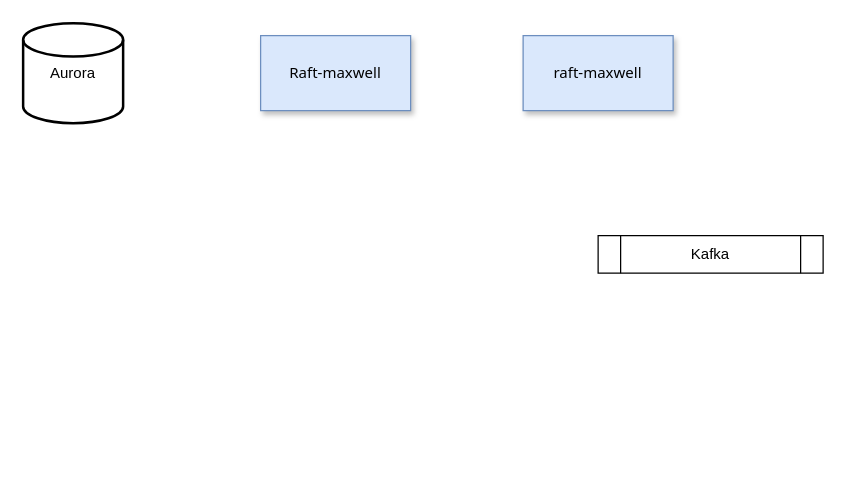
jackjoesh/databend keeps this draw.io diagram as doc/databend-parquet-mysql.drawio. Above is the earlier version. Source tidied: cells renumbered, new cells numbered last; positions are measured from the earlier drawing's top-left corner, leaving out a move shared by most shapes. Both pictures are drawn from the tidied source at 125%, with x=0, y=0 at pixel (22, 22).
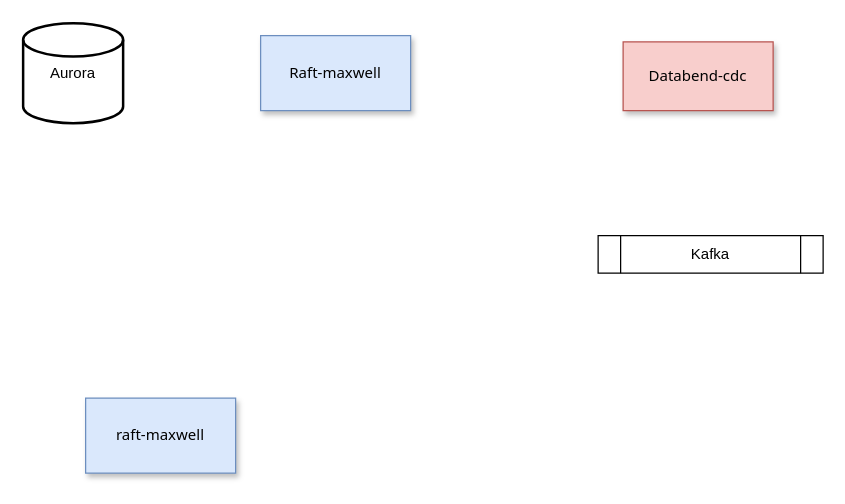
Above is the later version.

Diff of the diagram source:
```diff
@@
 <mxGraphModel>
   <root>
     <mxCell id="0" />
     <mxCell id="1" parent="0" />
     <mxCell id="2" value="Aurora" style="strokeWidth=2;html=1;shape=mxgraph.flowchart.database;whiteSpace=wrap;" parent="1" vertex="1">
       <mxGeometry width="80" height="80" as="geometry" />
     </mxCell>
     <mxCell id="3" value="Raft-maxwell" style="rounded=0;whiteSpace=wrap;html=1;fillColor=#dae8fc;strokeColor=#6c8ebf;shadow=1;fontFamily=Tahoma;" parent="1" vertex="1">
       <mxGeometry x="190" y="10" width="120" height="60" as="geometry" />
     </mxCell>
     <mxCell id="4" value="raft-maxwell" style="rounded=0;whiteSpace=wrap;html=1;fillColor=#dae8fc;strokeColor=#6c8ebf;shadow=1;fontFamily=Tahoma;" parent="1" vertex="1">
-      <mxGeometry x="400" y="10" width="120" height="60" as="geometry" />
+      <mxGeometry x="50" y="300" width="120" height="60" as="geometry" />
     </mxCell>
     <mxCell id="5" value="Kafka" style="shape=process;whiteSpace=wrap;html=1;backgroundOutline=1;" parent="1" vertex="1">
       <mxGeometry x="460" y="170" width="180" height="30" as="geometry" />
     </mxCell>
+    <mxCell id="6" value="Databend-cdc" style="rounded=0;whiteSpace=wrap;html=1;fillColor=#f8cecc;strokeColor=#b85450;shadow=1;fontFamily=Tahoma;" parent="1" vertex="1">
+      <mxGeometry x="480" y="15" width="120" height="55" as="geometry" />
+    </mxCell>
   </root>
 </mxGraphModel>
```
